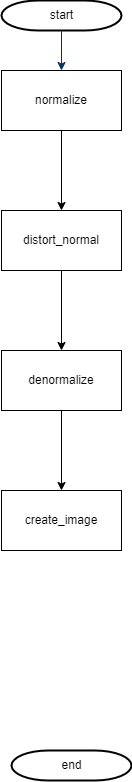
Before: distortion_correction.drawio.png, a diagram exported from draw.io (usseez/distortion_correction). Source tidied: cells renumbered, new cells last; positions are measured from the earlier drawing's top-left corner, leaving out a move shared by most shapes.
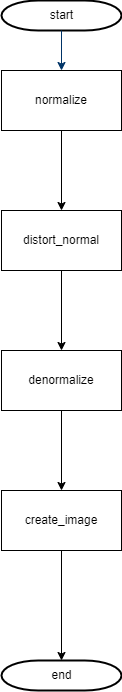
Later version of the same file.

Change to the diagram source:
```diff
@@ -11,7 +11,7 @@
       </mxGeometry>
     </mxCell>
     <mxCell id="4" value="end" style="shape=mxgraph.flowchart.terminator;strokeWidth=2;gradientColor=none;gradientDirection=north;fontStyle=0;html=1;" parent="1" vertex="1">
-      <mxGeometry x="10" y="750" width="120" height="30" as="geometry" />
+      <mxGeometry y="660" width="120" height="30" as="geometry" />
     </mxCell>
     <mxCell id="5" style="edgeStyle=orthogonalEdgeStyle;rounded=0;jettySize=auto;html=1;" parent="1" edge="1" source="6" target="8">
       <mxGeometry relative="1" as="geometry" />
@@ -31,6 +31,9 @@
     <mxCell id="10" value="denormalize" style="whiteSpace=wrap;html=1;rounded=0;" parent="1" vertex="1">
       <mxGeometry y="350" width="120" height="60" as="geometry" />
     </mxCell>
+    <mxCell id="12" style="edgeStyle=orthogonalEdgeStyle;rounded=0;jettySize=auto;html=1;" parent="1" edge="1" source="11" target="4">
+      <mxGeometry relative="1" as="geometry" />
+    </mxCell>
     <mxCell id="11" value="create_image" style="whiteSpace=wrap;html=1;rounded=0;" parent="1" vertex="1">
       <mxGeometry y="490" width="120" height="60" as="geometry" />
     </mxCell>
```
